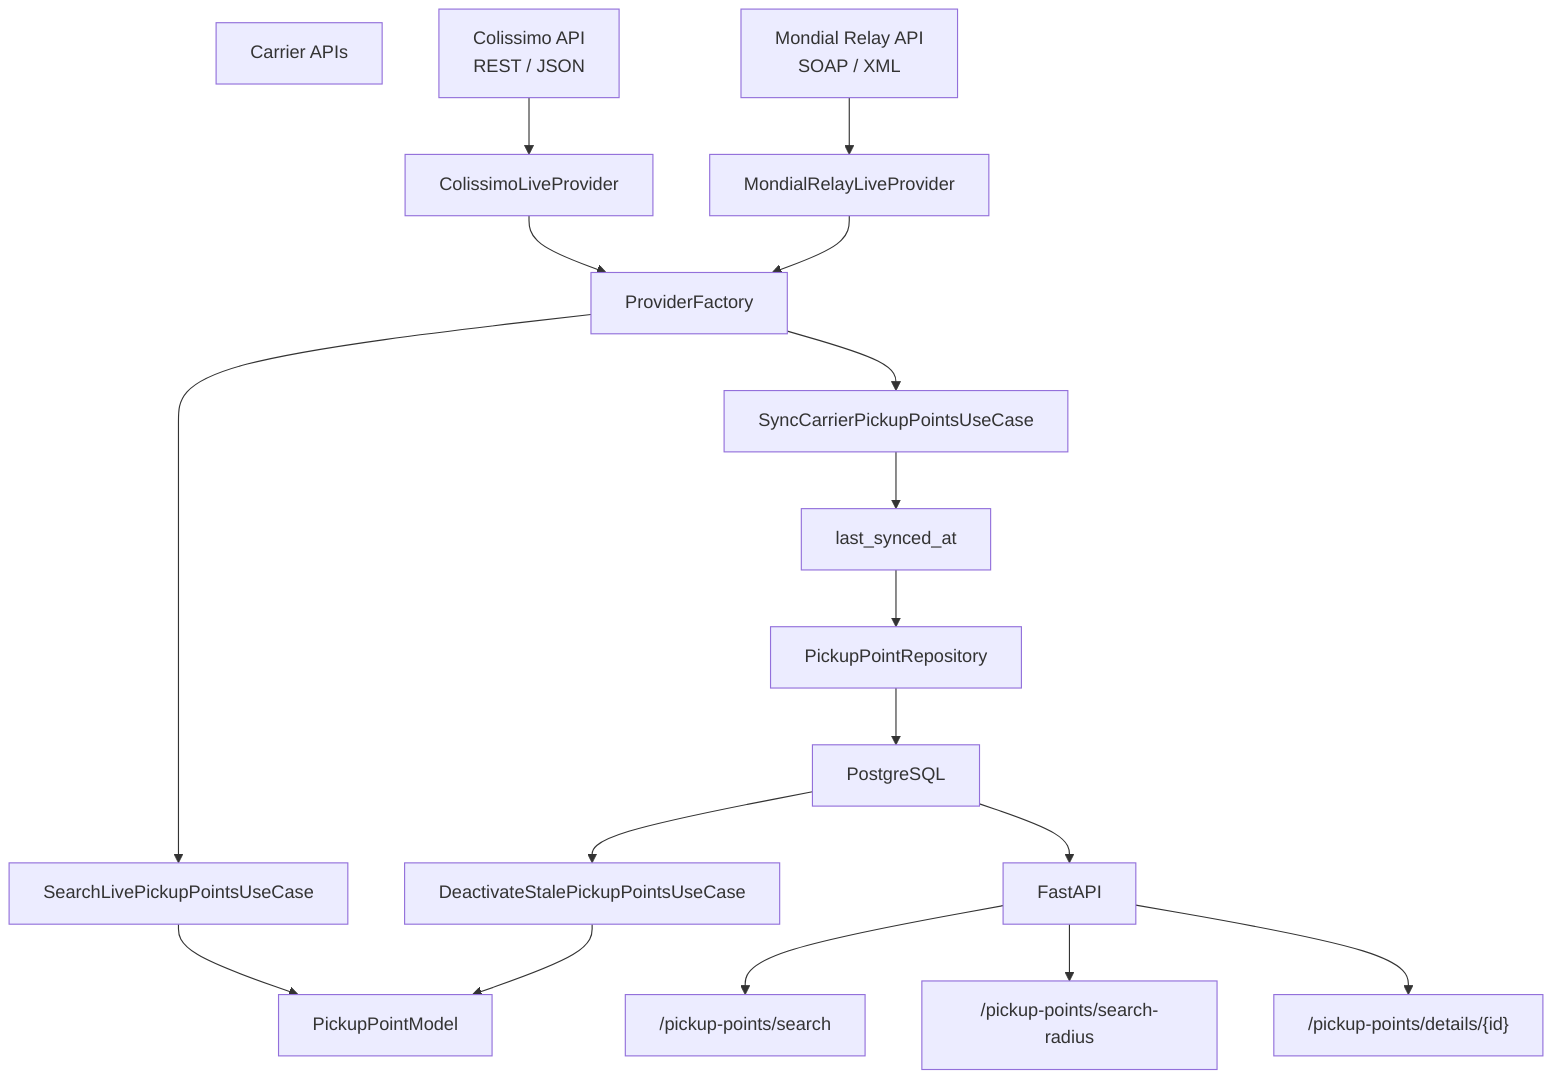
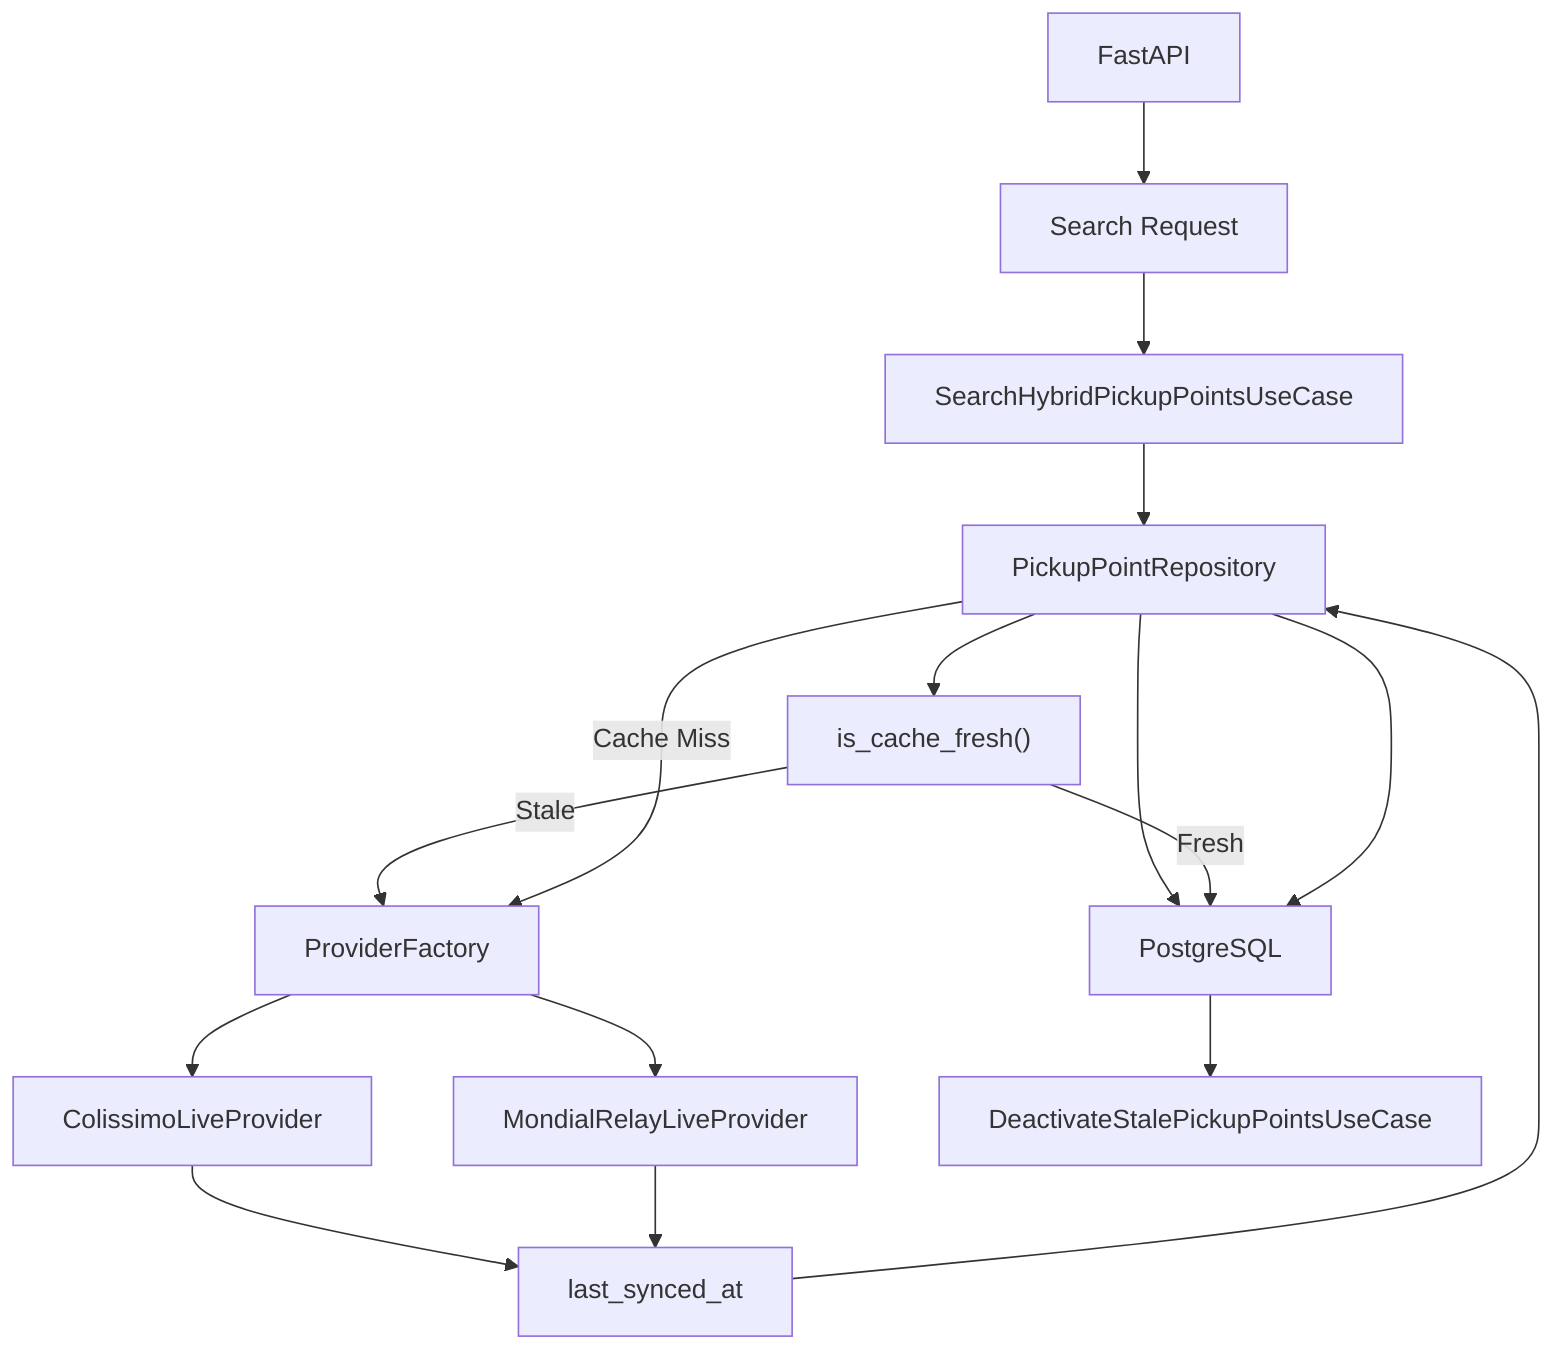
flowchart TD

-     CarrierAPI["Carrier APIs"]
+     API["FastAPI"]

-     Colissimo["Colissimo API<br/>REST / JSON"]
+     SearchRequest["Search Request"]

-     MondialRelay["Mondial Relay API<br/>SOAP / XML"]
+     HybridUseCase["SearchHybridPickupPointsUseCase"]
+ 
+     Repository["PickupPointRepository"]
+ 
+     CacheCheck["is_cache_fresh()"]

    ProviderFactory["ProviderFactory"]

-     ColissimoProvider["ColissimoLiveProvider"]
+     Colissimo["ColissimoLiveProvider"]

-     MondialRelayProvider["MondialRelayLiveProvider"]
+     MondialRelay["MondialRelayLiveProvider"]

-     SearchLiveUseCase["SearchLivePickupPointsUseCase"]
+     Freshness["last_synced_at"]

-     SyncUseCase["SyncCarrierPickupPointsUseCase"]
+     PostgreSQL["PostgreSQL"]

    StaleUseCase["DeactivateStalePickupPointsUseCase"]

-     PickupPointModel["PickupPointModel"]
+     API --> SearchRequest

-     Freshness["last_synced_at"]
+     SearchRequest --> HybridUseCase

-     Repository["PickupPointRepository"]
+     HybridUseCase --> Repository

-     PostgreSQL["PostgreSQL"]
+     Repository --> PostgreSQL

-     API["FastAPI"]
+     Repository --> CacheCheck

-     SearchEndpoint["/pickup-points/search"]
+     CacheCheck -->|Fresh| PostgreSQL

-     SearchRadiusEndpoint["/pickup-points/search-radius"]
+     CacheCheck -->|Stale| ProviderFactory

-     DetailsEndpoint["/pickup-points/details/{id}"]
+     Repository -->|Cache Miss| ProviderFactory

-     Colissimo --> ColissimoProvider
+     ProviderFactory --> Colissimo

-     MondialRelay --> MondialRelayProvider
+     ProviderFactory --> MondialRelay

-     ColissimoProvider --> ProviderFactory
+     Colissimo --> Freshness

-     MondialRelayProvider --> ProviderFactory
- 
-     ProviderFactory --> SearchLiveUseCase
- 
-     ProviderFactory --> SyncUseCase
- 
-     SearchLiveUseCase --> PickupPointModel
- 
-     SyncUseCase --> Freshness
+     MondialRelay --> Freshness

    Freshness --> Repository

    Repository --> PostgreSQL

-     PostgreSQL --> StaleUseCase
- 
-     StaleUseCase --> PickupPointModel
- 
-     PostgreSQL --> API
- 
-     API --> SearchEndpoint
- 
-     API --> SearchRadiusEndpoint
- 
-     API --> DetailsEndpoint+     PostgreSQL --> StaleUseCase